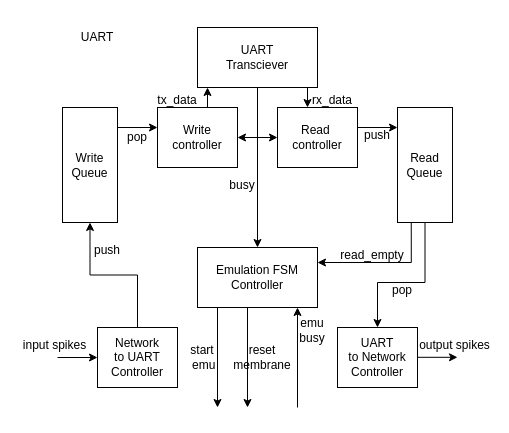
Above: uart_architecture.drawio in AurelieSa/draw_io (draw.io), before the change. Source tidied: cells renumbered, new cells numbered last; positions are measured from the earlier drawing's top-left corner, leaving out a move shared by most shapes. Both pictures are drawn from the tidied source at 100%, with x=0, y=0 at pixel (17, 22).
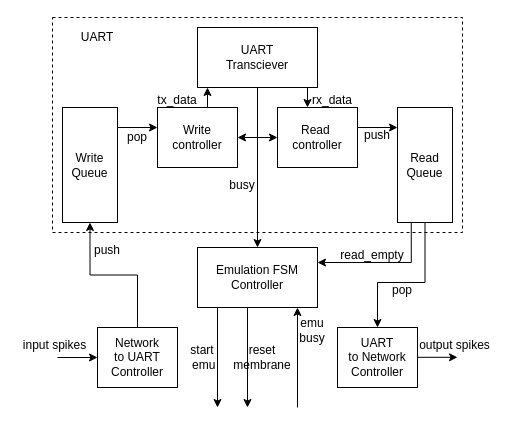
The same diagram, later.

The edit, as a diff of the source:
```diff
@@
+    <mxCell id="39" style="rounded=0;whiteSpace=wrap;html=1;fillColor=none;dashed=1;" parent="1" vertex="1">
+      <mxGeometry x="35" y="-5" width="410" height="215" as="geometry" />
+    </mxCell>
```
